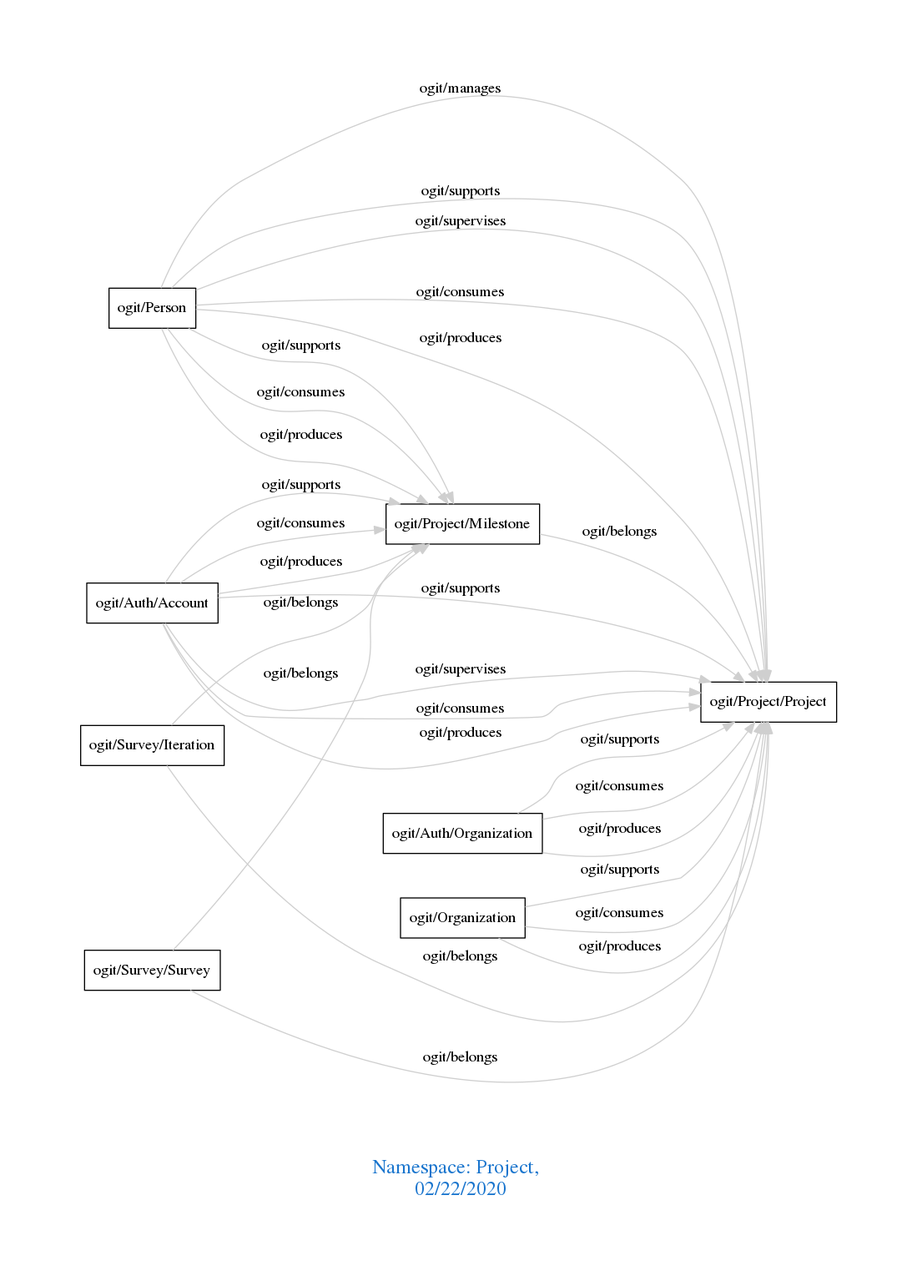
Above: downloads/Project.png in arago/OGIT (Graphviz), before the change. Its source is kept beside it as downloads/Project.dot.
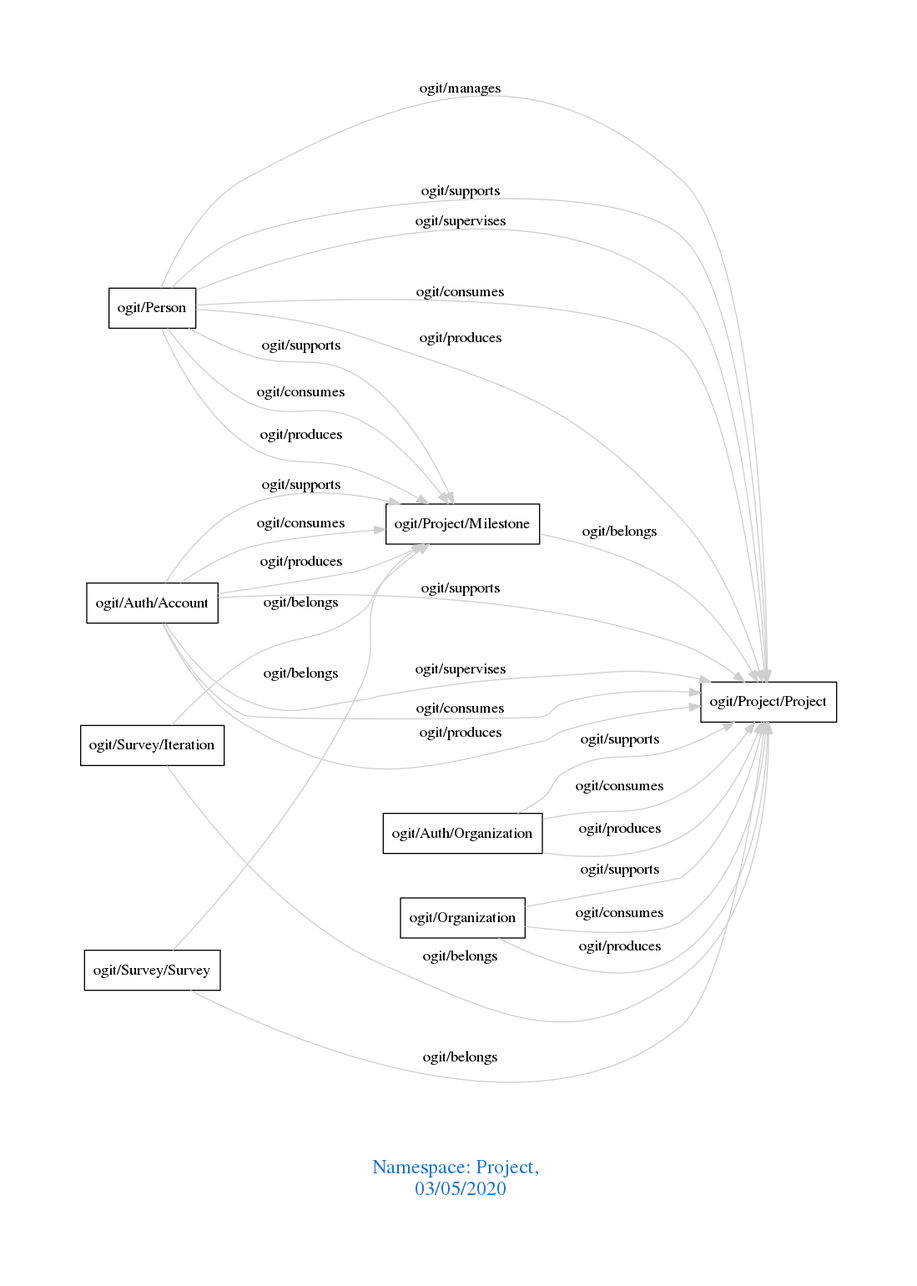
After the change.

Diff of the diagram source:
```diff
@@ -1,7 +1,7 @@
 digraph OGIT_ontology {
  graph [ rankdir= LR,pad=1
 fontsize = 18,
-fontcolor= dodgerblue3,label = "\n\n\nNamespace: Project, \n 02/22/2020"];
+fontcolor= dodgerblue3,label = "\n\n\nNamespace: Project, \n 03/05/2020"];
 node[shape=polygon];
 edge [  color="gray81"];
 
```
